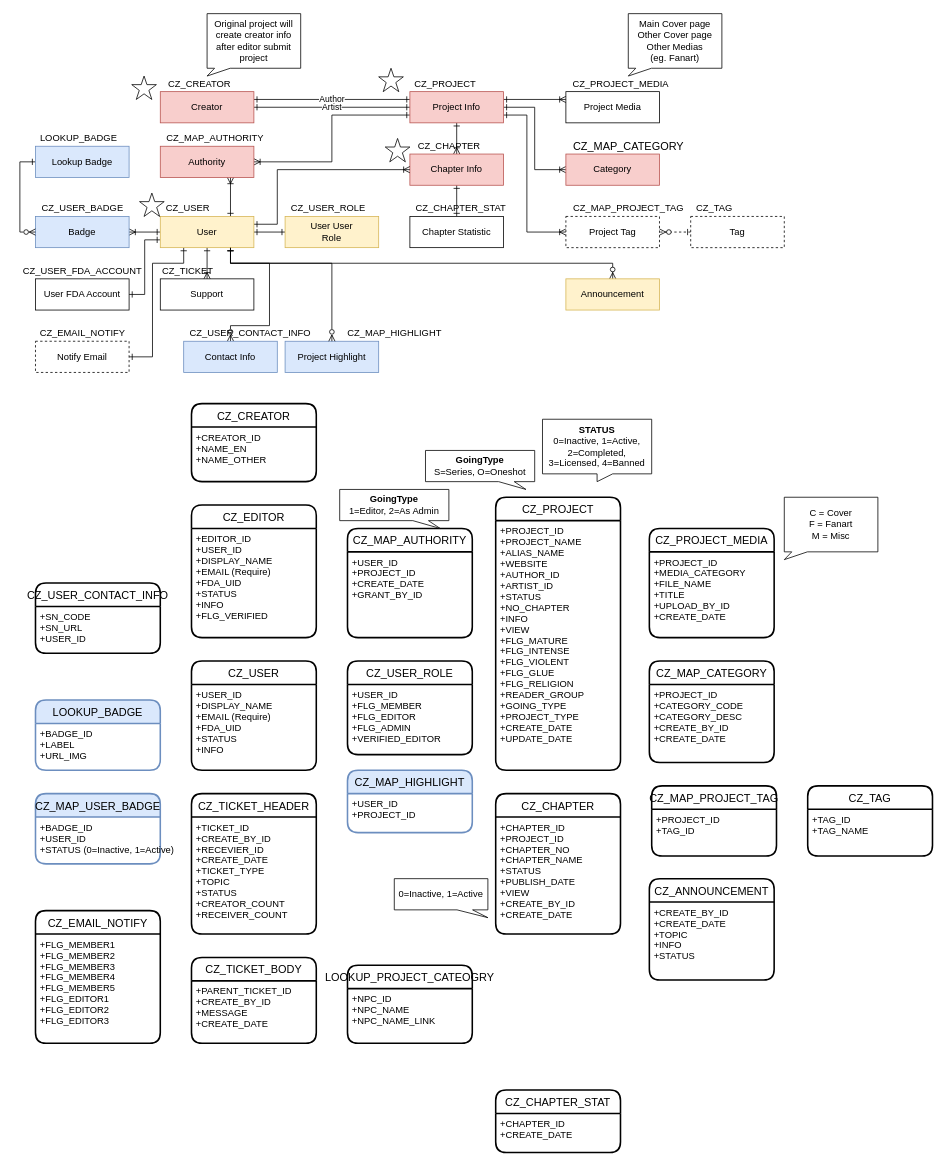
The draw.io diagram page "ER" (4 of 5) of Untitled Diagram.drawio in clazclaz/demo_git, before the edit. Source tidied: cells renumbered, new cells numbered last; positions are measured from the earlier drawing's top-left corner, leaving out a move shared by most shapes. Both pictures are drawn from the tidied source at 78%, with x=0, y=0 at pixel (16, 13).
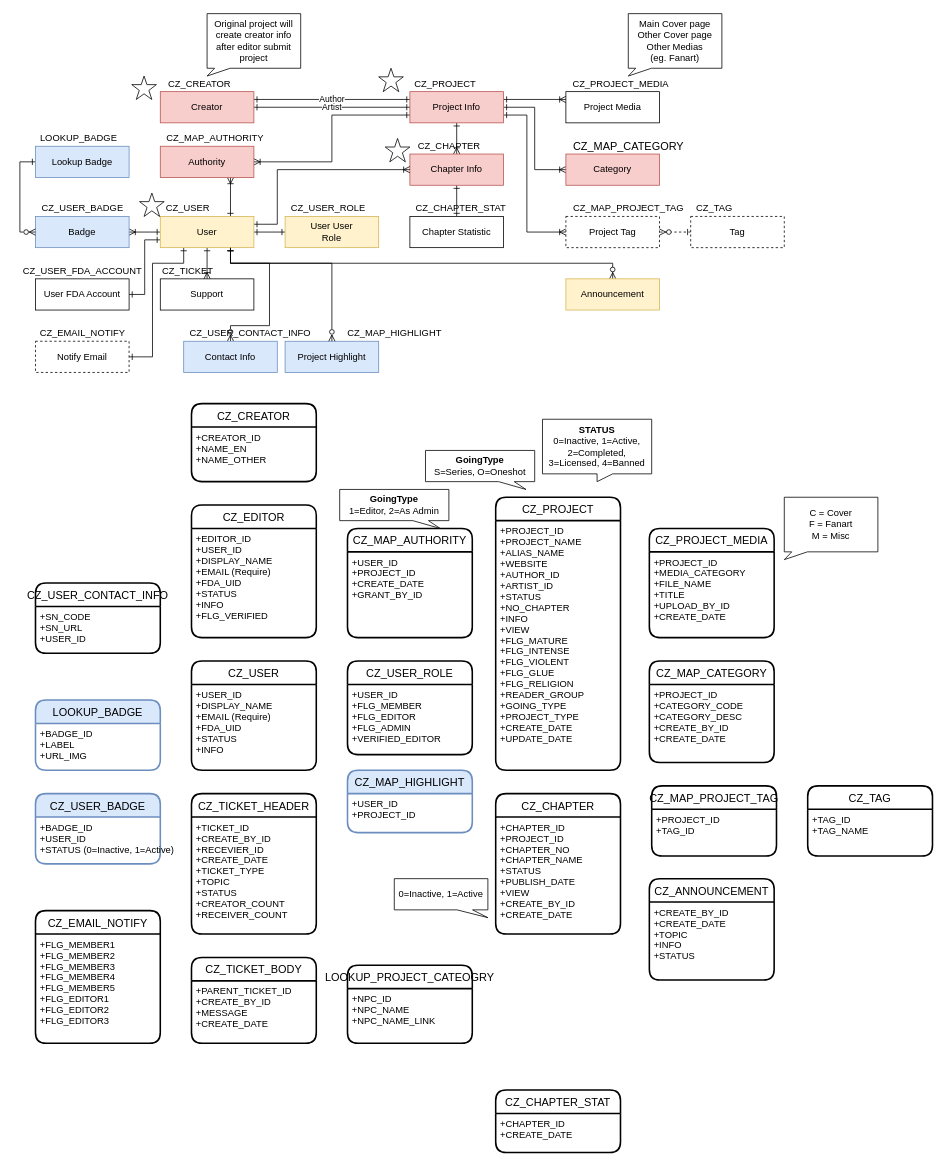
The same diagram, later.

What changed in the source:
```diff
@@
-    <mxCell id="108" value="CZ_MAP_USER_BADGE" style="swimlane;horizontal=1;startSize=30;rounded=1;fontSize=14;fontStyle=0;strokeWidth=2;shadow=0;dashed=0;align=center;fillColor=#dae8fc;strokeColor=#6c8ebf;" parent="1" vertex="1">
+    <mxCell id="108" value="CZ_USER_BADGE" style="swimlane;horizontal=1;startSize=30;rounded=1;fontSize=14;fontStyle=0;strokeWidth=2;shadow=0;dashed=0;align=center;fillColor=#dae8fc;strokeColor=#6c8ebf;" parent="1" vertex="1">
       <mxGeometry x="25" y="1000" width="160" height="90" as="geometry" />
     </mxCell>
```
